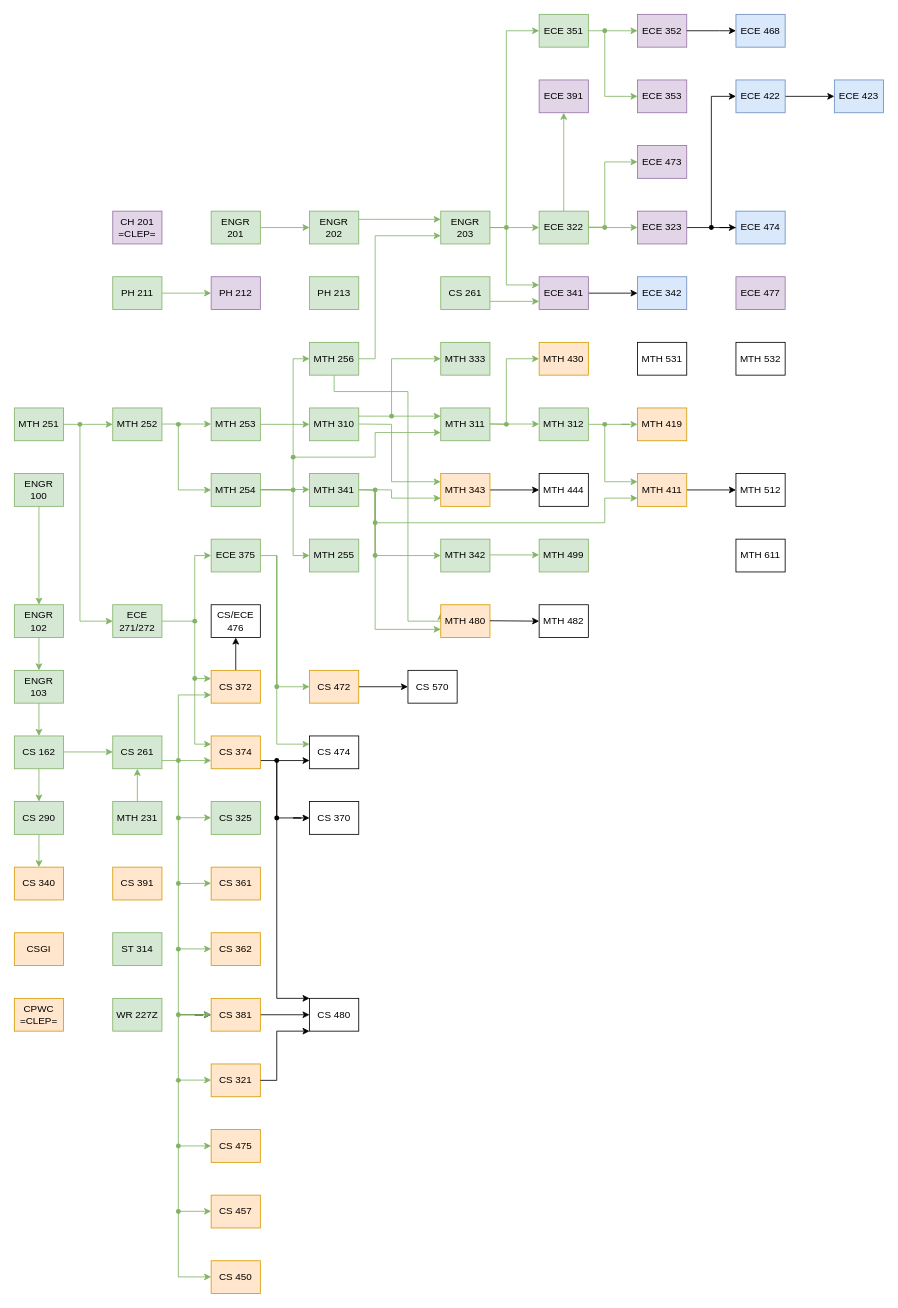
Before: Classes.drawio in Jonas-Carew/Class-Flowchart, a draw.io diagram. Source tidied: cells renumbered, new cells numbered last; positions are measured from the earlier drawing's top-left corner, leaving out a move shared by most shapes. Both pictures are drawn from the tidied source at 82%, with x=0, y=0 at pixel (14, 14).
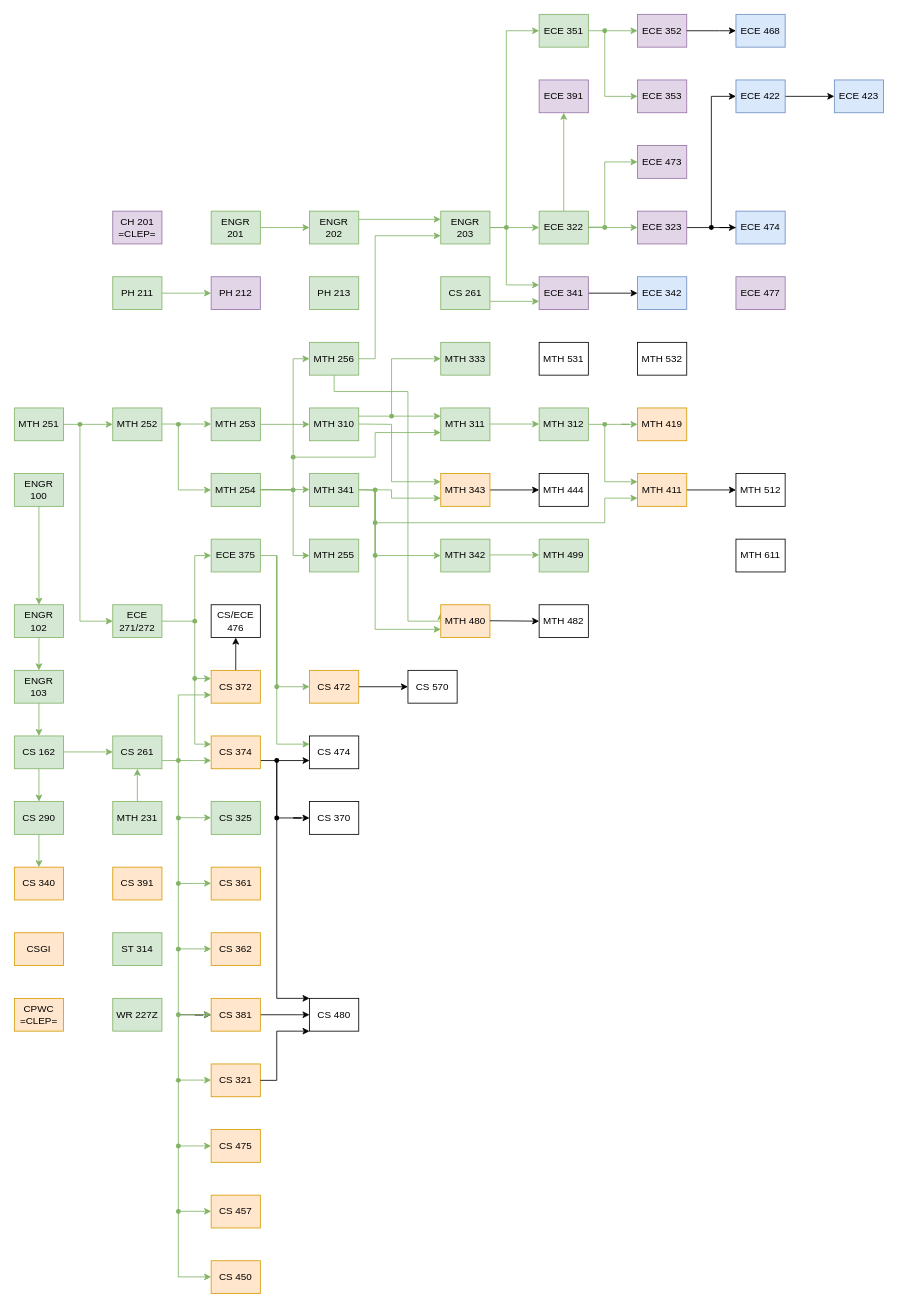
The same page after the edit.

What changed in the source:
```diff
@@
-    <mxCell id="80" style="endArrow=classic;html=1;rounded=0;exitX=1;exitY=0.5;exitDx=0;exitDy=0;fillColor=#d5e8d4;strokeColor=#82b366;" parent="1" edge="1">
-      <mxGeometry relative="1" as="geometry">
-        <mxPoint x="580" y="499.5" as="sourcePoint" />
-        <mxPoint x="640" y="420" as="targetPoint" />
-        <Array as="points">
-          <mxPoint x="600" y="500" />
-          <mxPoint x="600" y="420" />
-        </Array>
-      </mxGeometry>
-    </mxCell>
-    <mxCell id="81" value="&lt;div&gt;MTH 430&lt;br&gt;&lt;/div&gt;" style="rounded=0;whiteSpace=wrap;html=1;fillColor=#ffe6cc;strokeColor=#d79b00;" parent="1" vertex="1">
-      <mxGeometry x="640" y="400" width="60" height="40" as="geometry" />
-    </mxCell>
@@
-    <mxCell id="171" style="shape=waypoint;sketch=0;fillStyle=solid;size=6;fillColor=#97D077;perimeter=centerPerimeter;strokeColor=#82B366;" parent="1" vertex="1">
-      <mxGeometry x="590" y="490" width="20" height="20" as="geometry" />
-    </mxCell>
@@
     <mxCell id="177" value="&lt;div&gt;MTH 531&lt;br&gt;&lt;/div&gt;" style="rounded=0;whiteSpace=wrap;html=1;" parent="1" vertex="1">
-      <mxGeometry x="760" y="400" width="60" height="40" as="geometry" />
+      <mxGeometry x="640" y="400" width="60" height="40" as="geometry" />
     </mxCell>
     <mxCell id="178" value="&lt;div&gt;MTH 532&lt;br&gt;&lt;/div&gt;" style="rounded=0;whiteSpace=wrap;html=1;" parent="1" vertex="1">
-      <mxGeometry x="880" y="400" width="60" height="40" as="geometry" />
+      <mxGeometry x="760" y="400" width="60" height="40" as="geometry" />
     </mxCell>
```
